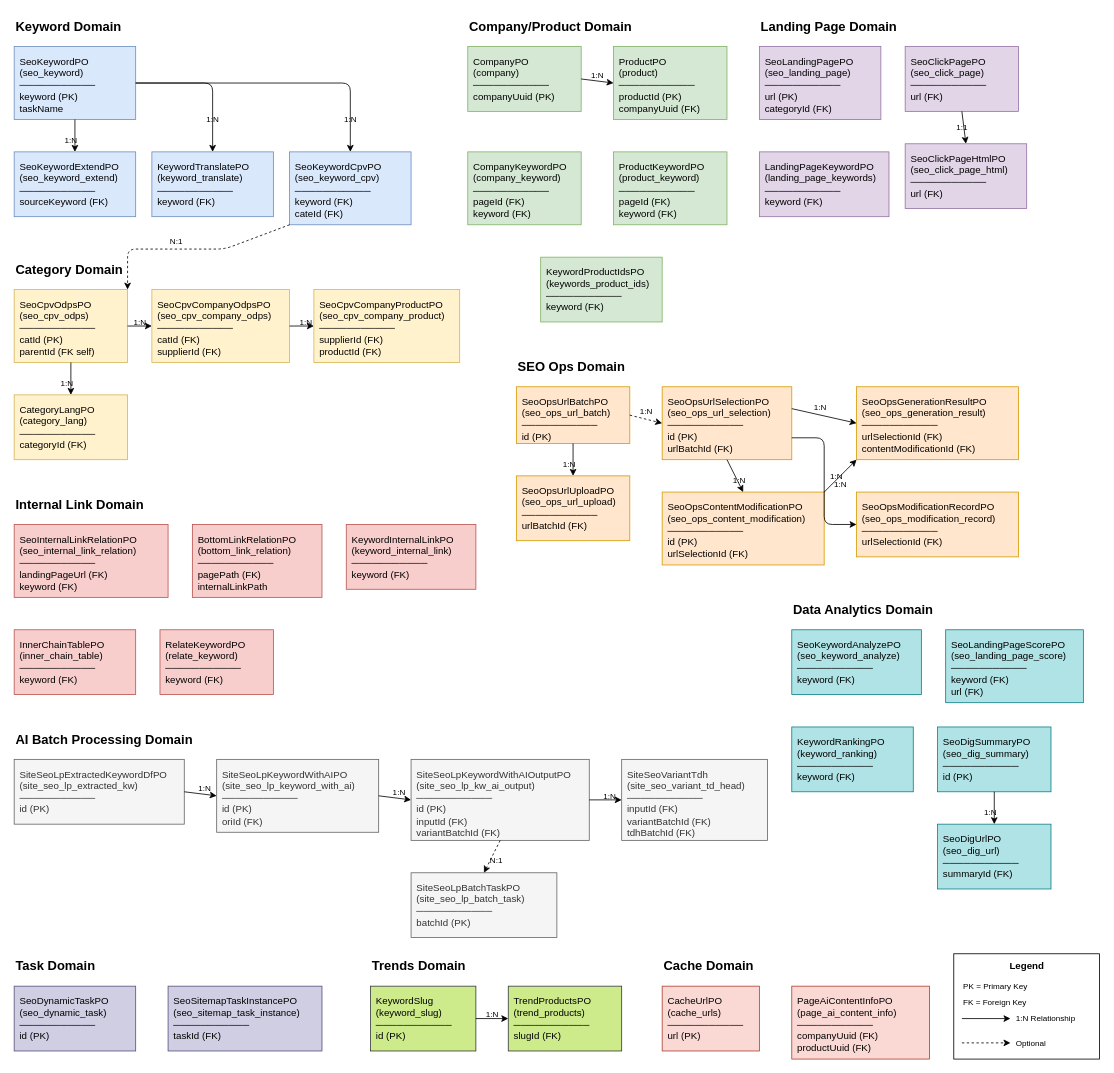
This is drawio/domain-model.drawio from VisableHarry/seo-drawio, a draw.io file, before an edit. Source tidied: cells renumbered, new cells numbered last; positions are measured from the earlier drawing's top-left corner, leaving out a move shared by most shapes. Both pictures are drawn from the tidied source at 81%, with x=0, y=0 at pixel (14, 14).
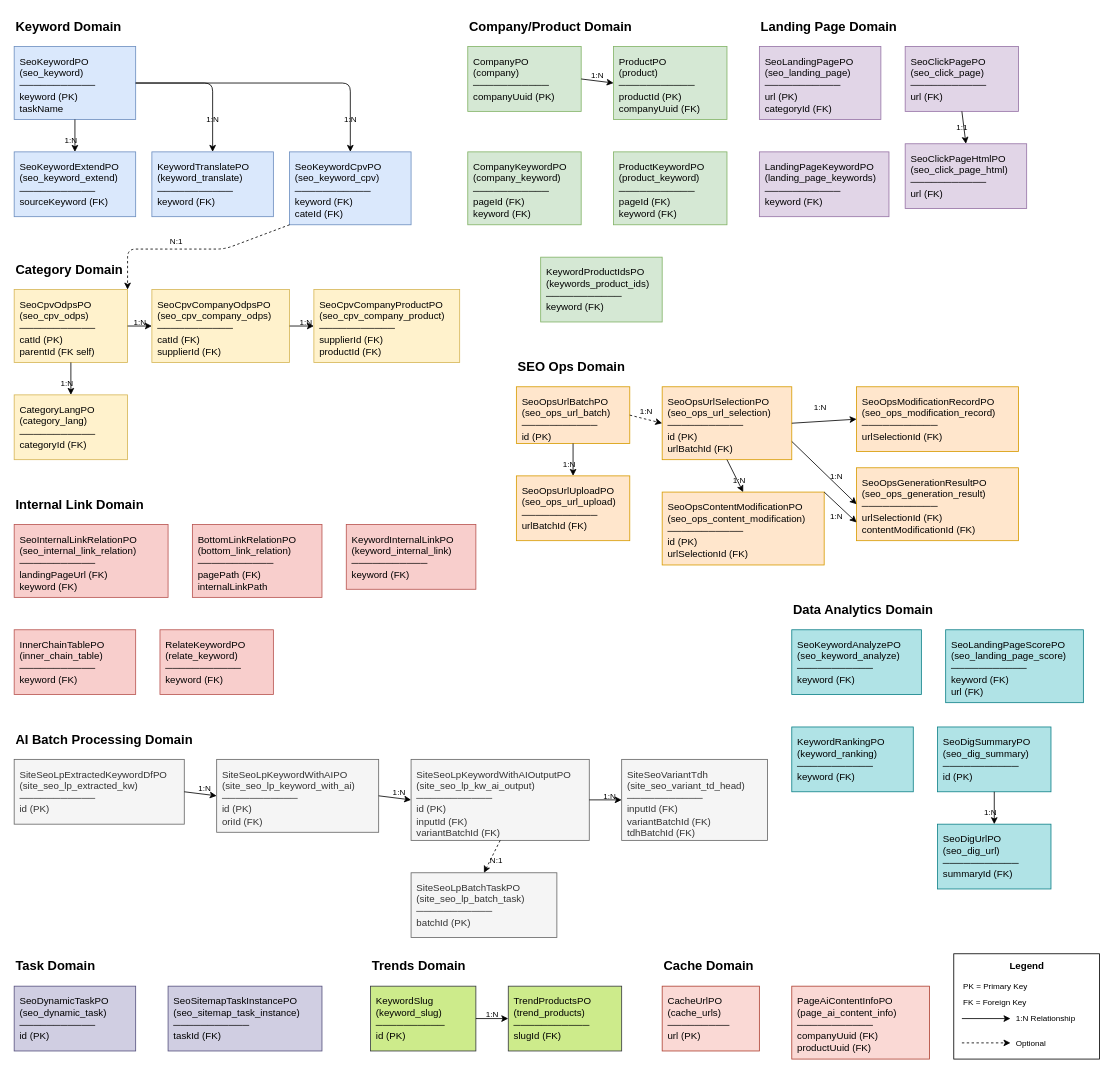
Above is the later version.

The change refers to these unchanged cells:
```xml
<mxCell id="50" value="SeoOpsUrlSelectionPO&#10;(seo_ops_url_selection)&#10;───────────&#10;id (PK)&#10;urlBatchId (FK)" style="rounded=0;whiteSpace=wrap;html=1;fillColor=#ffe6cc;strokeColor=#d79b00;align=left;verticalAlign=top;spacingLeft=5;spacingTop=5;" parent="1" vertex="1">
  <mxGeometry x="800" y="460" width="160" height="90" as="geometry" />
</mxCell>
<mxCell id="51" value="SeoOpsContentModificationPO&#10;(seo_ops_content_modification)&#10;───────────&#10;id (PK)&#10;urlSelectionId (FK)" style="rounded=0;whiteSpace=wrap;html=1;fillColor=#ffe6cc;strokeColor=#d79b00;align=left;verticalAlign=top;spacingLeft=5;spacingTop=5;" parent="1" vertex="1">
  <mxGeometry x="800" y="590" width="200" height="90" as="geometry" />
</mxCell>
```

Change to the diagram source:
```diff
@@
     <mxCell id="52" value="SeoOpsGenerationResultPO&#10;(seo_ops_generation_result)&#10;───────────&#10;urlSelectionId (FK)&#10;contentModificationId (FK)" style="rounded=0;whiteSpace=wrap;html=1;fillColor=#ffe6cc;strokeColor=#d79b00;align=left;verticalAlign=top;spacingLeft=5;spacingTop=5;" parent="1" vertex="1">
-      <mxGeometry x="1040" y="460" width="200" height="90" as="geometry" />
+      <mxGeometry x="1040" y="560" width="200" height="90" as="geometry" />
     </mxCell>
     <mxCell id="53" value="SeoOpsModificationRecordPO&#10;(seo_ops_modification_record)&#10;───────────&#10;urlSelectionId (FK)" style="rounded=0;whiteSpace=wrap;html=1;fillColor=#ffe6cc;strokeColor=#d79b00;align=left;verticalAlign=top;spacingLeft=5;spacingTop=5;" parent="1" vertex="1">
-      <mxGeometry x="1040" y="590" width="200" height="80" as="geometry" />
+      <mxGeometry x="1040" y="460" width="200" height="80" as="geometry" />
     </mxCell>
@@
-    <mxCell id="60" style="endArrow=classic;html=1;exitX=1;exitY=0.3;entryX=0;entryY=0.5;strokeWidth=1;" parent="1" edge="1" source="50" target="52">
+    <mxCell id="60" style="endArrow=classic;html=1;exitX=1;exitY=0.75;entryX=0;entryY=0.5;strokeWidth=1;exitDx=0;exitDy=0;" parent="1" edge="1" source="50" target="52">
       <mxGeometry relative="1" as="geometry" />
     </mxCell>
@@
-    <mxCell id="62" style="endArrow=classic;html=1;exitX=1;exitY=0;entryX=0;entryY=1;strokeWidth=1;" parent="1" edge="1" source="51" target="52">
+    <mxCell id="62" style="endArrow=classic;html=1;exitX=1;exitY=0;entryX=0;entryY=0.75;strokeWidth=1;entryDx=0;entryDy=0;" parent="1" edge="1" source="51" target="52">
       <mxGeometry relative="1" as="geometry" />
     </mxCell>
@@
-    <mxCell id="64" style="endArrow=classic;html=1;exitX=1;exitY=0.7;entryX=0;entryY=0.5;strokeWidth=1;" parent="1" edge="1" source="50" target="53">
-      <mxGeometry relative="1" as="geometry">
-        <Array as="points">
-          <mxPoint x="1000" y="523" />
-          <mxPoint x="1000" y="630" />
-        </Array>
-      </mxGeometry>
+    <mxCell id="64" style="endArrow=classic;html=1;exitX=1;exitY=0.5;entryX=0;entryY=0.5;strokeWidth=1;exitDx=0;exitDy=0;" parent="1" edge="1" source="50" target="53">
+      <mxGeometry relative="1" as="geometry" />
     </mxCell>
     <mxCell id="65" value="1:N" style="text;html=1;align=center;verticalAlign=middle;fontSize=10;" parent="1" vertex="1">
-      <mxGeometry x="1005" y="570" width="30" height="20" as="geometry" />
+      <mxGeometry x="1000" y="610" width="30" height="20" as="geometry" />
     </mxCell>
@@
-    <mxCell id="92" value="KeywordSlug&#10;(keyword_slug)&#10;───────────&#10;id (PK)" style="rounded=0;whiteSpace=wrap;html=1;fillColor=#cdeb8b;strokeColor=#36393d;align=left;verticalAlign=top;spacingLeft=5;spacingTop=5;" parent="1" vertex="1">
+    <mxCell id="92" value="KeywordSlug&lt;br&gt;(keyword_slug)&lt;br&gt;──────────&lt;br&gt;id (PK)" style="rounded=0;whiteSpace=wrap;html=1;fillColor=#cdeb8b;strokeColor=#36393d;align=left;verticalAlign=top;spacingLeft=5;spacingTop=5;" parent="1" vertex="1">
       <mxGeometry x="440" y="1200" width="130" height="80" as="geometry" />
     </mxCell>
@@
-    <mxCell id="97" value="CacheUrlPO&#10;(cache_urls)&#10;───────────&#10;url (PK)" style="rounded=0;whiteSpace=wrap;html=1;fillColor=#fad9d5;strokeColor=#ae4132;align=left;verticalAlign=top;spacingLeft=5;spacingTop=5;" parent="1" vertex="1">
+    <mxCell id="97" value="CacheUrlPO&lt;br&gt;(cache_urls)&lt;br&gt;─────────&lt;br&gt;url (PK)" style="rounded=0;whiteSpace=wrap;html=1;fillColor=#fad9d5;strokeColor=#ae4132;align=left;verticalAlign=top;spacingLeft=5;spacingTop=5;" parent="1" vertex="1">
       <mxGeometry x="800" y="1200" width="120" height="80" as="geometry" />
     </mxCell>
```
